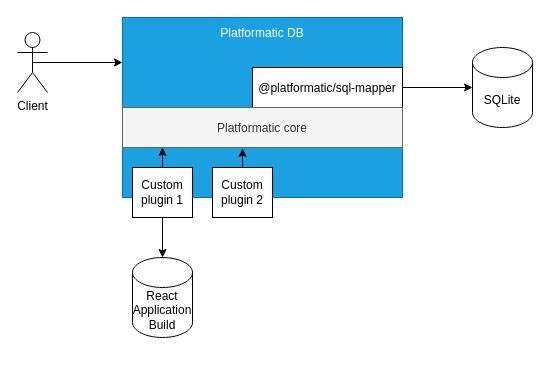
This is posts/assets/pokedex-architecture.drawio from Eomm/blog-posts, a draw.io file, before an edit. Source tidied: cells renumbered, new cells numbered last; positions are measured from the earlier drawing's top-left corner, leaving out a move shared by most shapes. Both pictures are drawn from the tidied source at 100%, with x=0, y=0 at pixel (17, 17).
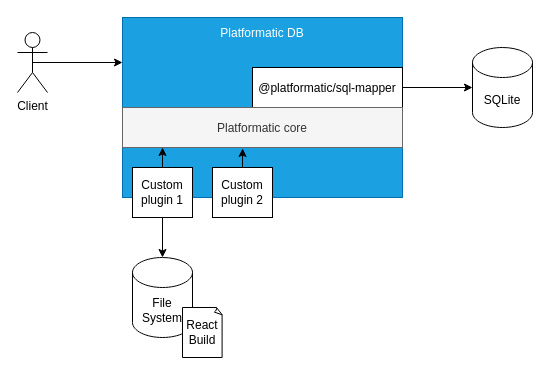
After the change.

Diff of the diagram source:
```diff
@@
 <mxGraphModel>
   <root>
     <mxCell id="0" />
     <mxCell id="1" parent="0" />
     <mxCell id="2" style="edgeStyle=none;html=1;exitX=0.5;exitY=0.5;exitDx=0;exitDy=0;exitPerimeter=0;entryX=0;entryY=0.25;entryDx=0;entryDy=0;" parent="1" edge="1" source="3" target="4">
       <mxGeometry relative="1" as="geometry" />
     </mxCell>
     <mxCell id="3" value="Client" style="shape=umlActor;verticalLabelPosition=bottom;verticalAlign=top;html=1;outlineConnect=0;" parent="1" vertex="1">
       <mxGeometry y="15" width="30" height="60" as="geometry" />
     </mxCell>
     <mxCell id="4" value="Platformatic DB" style="rounded=0;whiteSpace=wrap;html=1;verticalAlign=top;spacingTop=2;fillColor=#1ba1e2;fontColor=#ffffff;strokeColor=#006EAF;" parent="1" vertex="1">
       <mxGeometry x="105" width="280" height="180" as="geometry" />
     </mxCell>
     <mxCell id="5" value="SQLite" style="shape=cylinder3;whiteSpace=wrap;html=1;boundedLbl=1;backgroundOutline=1;size=15;" parent="1" vertex="1">
       <mxGeometry x="455" y="30" width="60" height="80" as="geometry" />
     </mxCell>
     <mxCell id="6" style="edgeStyle=none;html=1;exitX=0.5;exitY=1;exitDx=0;exitDy=0;" parent="1" edge="1" source="8" target="9">
       <mxGeometry relative="1" as="geometry" />
     </mxCell>
     <mxCell id="7" style="edgeStyle=none;html=1;exitX=0.5;exitY=0;exitDx=0;exitDy=0;entryX=0.143;entryY=1;entryDx=0;entryDy=0;entryPerimeter=0;fontFamily=Helvetica;fontColor=default;" parent="1" edge="1" source="8" target="14">
       <mxGeometry relative="1" as="geometry" />
     </mxCell>
     <mxCell id="8" value="Custom plugin 1" style="rounded=0;whiteSpace=wrap;html=1;rotation=0;" parent="1" vertex="1">
       <mxGeometry x="115" y="150" width="60" height="50" as="geometry" />
     </mxCell>
-    <mxCell id="9" value="React&lt;br&gt;Application&lt;br&gt;Build" style="shape=cylinder3;whiteSpace=wrap;html=1;boundedLbl=1;backgroundOutline=1;size=15;" parent="1" vertex="1">
+    <mxCell id="9" value="File System" style="shape=cylinder3;whiteSpace=wrap;html=1;boundedLbl=1;backgroundOutline=1;size=15;" parent="1" vertex="1">
       <mxGeometry x="115" y="240" width="60" height="80" as="geometry" />
     </mxCell>
     <mxCell id="10" style="edgeStyle=none;html=1;exitX=0.5;exitY=0;exitDx=0;exitDy=0;entryX=0.429;entryY=1.025;entryDx=0;entryDy=0;entryPerimeter=0;fontFamily=Helvetica;fontColor=default;" parent="1" edge="1" source="11" target="14">
       <mxGeometry relative="1" as="geometry" />
     </mxCell>
     <mxCell id="11" value="Custom plugin 2" style="rounded=0;whiteSpace=wrap;html=1;rotation=0;" parent="1" vertex="1">
       <mxGeometry x="195" y="150" width="60" height="50" as="geometry" />
     </mxCell>
     <mxCell id="12" style="edgeStyle=none;html=1;exitX=1;exitY=0.5;exitDx=0;exitDy=0;fontFamily=Helvetica;fontColor=default;" parent="1" edge="1" source="13" target="5">
       <mxGeometry relative="1" as="geometry" />
     </mxCell>
     <mxCell id="13" value="&lt;div style=&quot;line-height: 18px;&quot;&gt;&lt;span style=&quot;&quot;&gt;@platformatic/sql-mapper&lt;/span&gt;&lt;/div&gt;" style="rounded=0;whiteSpace=wrap;html=1;fontFamily=Helvetica;fontStyle=0;rotation=0;labelBackgroundColor=none;labelBorderColor=none;" parent="1" vertex="1">
       <mxGeometry x="235" y="50" width="150" height="40" as="geometry" />
     </mxCell>
     <mxCell id="14" value="&lt;div style=&quot;line-height: 18px;&quot;&gt;&lt;span style=&quot;&quot;&gt;Platformatic core&lt;/span&gt;&lt;/div&gt;" style="rounded=0;whiteSpace=wrap;html=1;fontFamily=Helvetica;fontStyle=0;rotation=0;labelBackgroundColor=none;labelBorderColor=none;fillColor=#f5f5f5;fontColor=#333333;strokeColor=#666666;" parent="1" vertex="1">
       <mxGeometry x="105" y="90" width="280" height="40" as="geometry" />
     </mxCell>
+    <mxCell id="15" value="React&lt;br&gt;Build" style="whiteSpace=wrap;html=1;shape=mxgraph.basic.document;labelBackgroundColor=none;labelBorderColor=none;fontFamily=Helvetica;fontColor=default;" parent="1" vertex="1">
+      <mxGeometry x="165" y="290" width="40" height="50" as="geometry" />
+    </mxCell>
   </root>
 </mxGraphModel>
```
